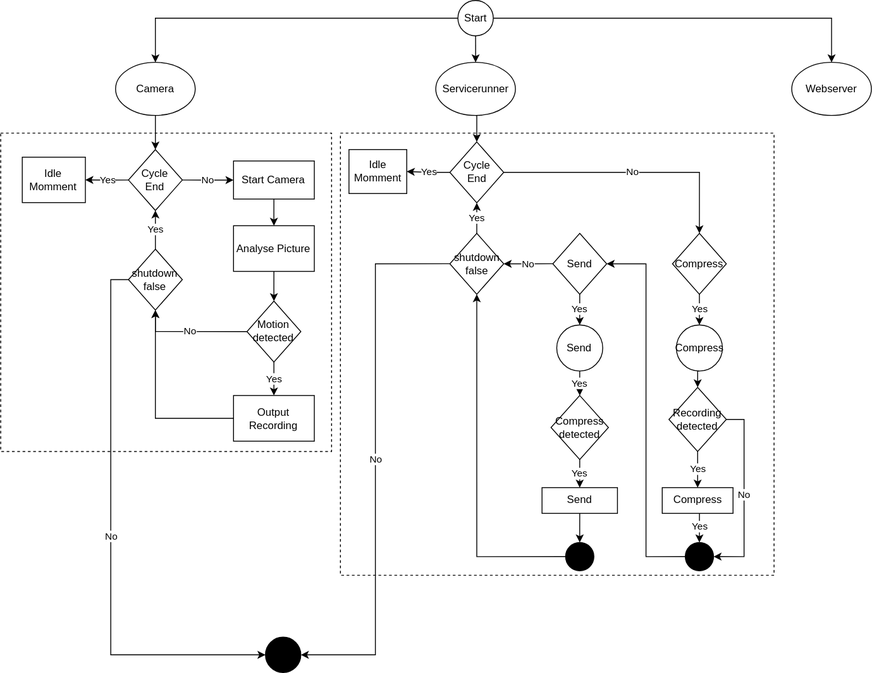
Earlier version of the draw.io export docs/actioncam.drawio.svg (hackffm/actioncam). Source tidied: cells renumbered, new cells last; positions are measured from the earlier drawing's top-left corner, leaving out a move shared by most shapes.
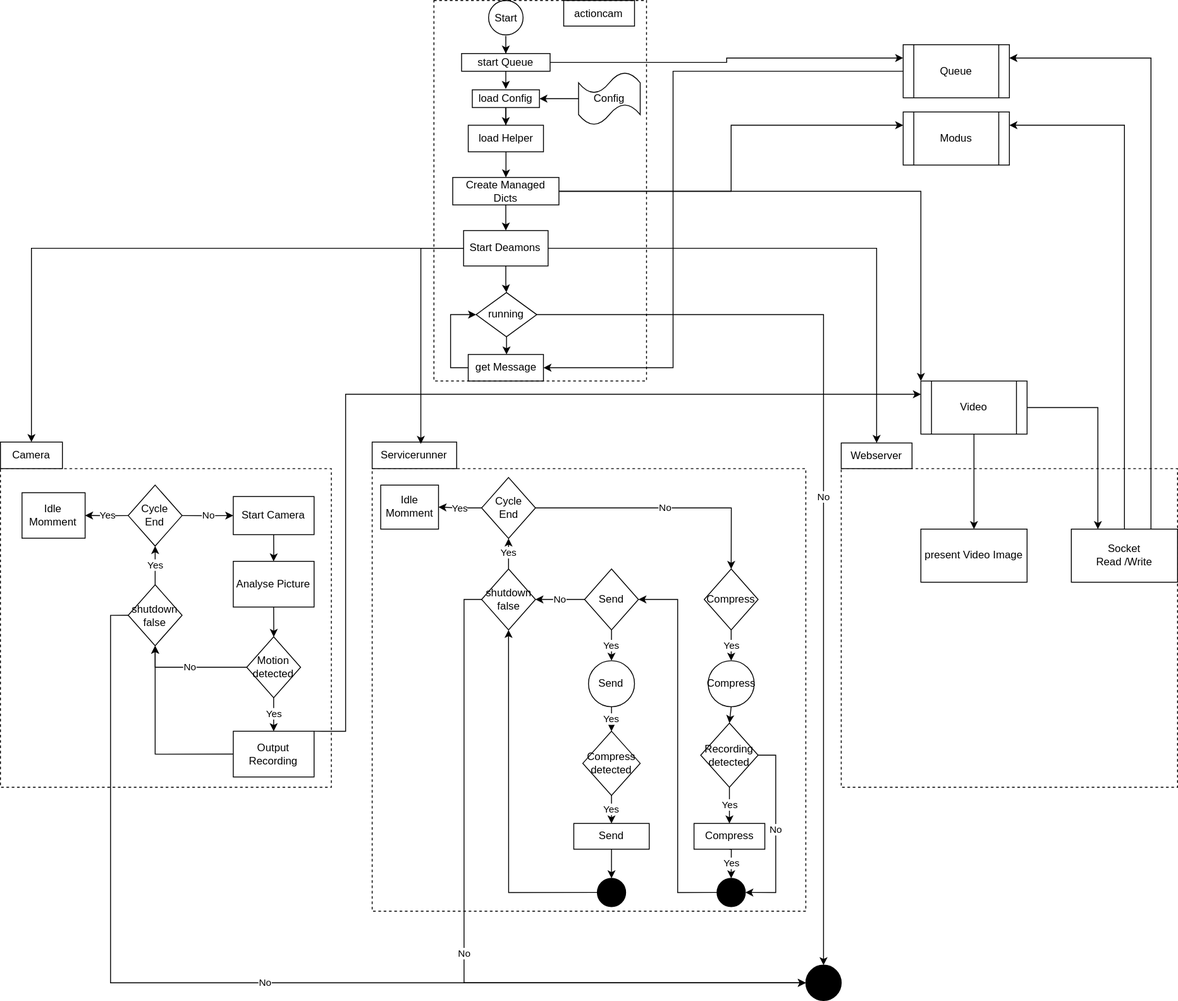
After the change.

Commit message:
better overview

Change to the diagram source:
```diff
@@ -2,44 +2,40 @@
   <root>
     <mxCell id="0" />
     <mxCell id="1" parent="0" />
+    <mxCell id="59" style="rounded=0;whiteSpace=wrap;html=1;fillColor=none;dashed=1;" parent="1" vertex="1">
+      <mxGeometry x="914" y="150" width="380" height="360" as="geometry" />
+    </mxCell>
     <mxCell id="2" style="rounded=0;whiteSpace=wrap;html=1;fillColor=none;dashed=1;" parent="1" vertex="1">
-      <mxGeometry x="0.1" y="150" width="373.9" height="360" as="geometry" />
+      <mxGeometry x="-36" y="150" width="373.9" height="360" as="geometry" />
     </mxCell>
     <mxCell id="3" style="rounded=0;whiteSpace=wrap;html=1;fillColor=none;dashed=1;" parent="1" vertex="1">
       <mxGeometry x="384" y="150" width="490" height="500" as="geometry" />
     </mxCell>
-    <mxCell id="4" style="edgeStyle=orthogonalEdgeStyle;rounded=0;jettySize=auto;html=1;exitX=0;exitY=0.5;exitDx=0;exitDy=0;entryX=0.5;entryY=0;entryDx=0;entryDy=0;" parent="1" edge="1" source="7" target="35">
-      <mxGeometry relative="1" as="geometry" />
-    </mxCell>
-    <mxCell id="5" style="edgeStyle=orthogonalEdgeStyle;rounded=0;jettySize=auto;html=1;exitX=0.5;exitY=1;exitDx=0;exitDy=0;" parent="1" edge="1" source="7" target="37">
-      <mxGeometry relative="1" as="geometry" />
-    </mxCell>
-    <mxCell id="6" style="edgeStyle=orthogonalEdgeStyle;rounded=0;jettySize=auto;html=1;exitX=1;exitY=0.5;exitDx=0;exitDy=0;entryX=0.5;entryY=0;entryDx=0;entryDy=0;" parent="1" edge="1" source="7" target="38">
-      <mxGeometry relative="1" as="geometry" />
-    </mxCell>
-    <mxCell id="7" value="Start" style="ellipse;whiteSpace=wrap;html=1;" parent="1" vertex="1">
-      <mxGeometry x="516.8" width="40" height="40" as="geometry" />
-    </mxCell>
+    <mxCell id="60" style="edgeStyle=orthogonalEdgeStyle;rounded=0;jettySize=auto;html=1;" parent="1" edge="1" target="84">
+      <mxGeometry relative="1" as="geometry">
+        <mxPoint x="535" y="-339" as="sourcePoint" />
+      </mxGeometry>
+    </mxCell>
     <mxCell id="8" value="Start Camera" style="rounded=0;whiteSpace=wrap;html=1;" parent="1" vertex="1">
-      <mxGeometry x="263.2" y="181.5" width="91.3" height="43.1" as="geometry" />
+      <mxGeometry x="227" y="181.5" width="91.3" height="43.1" as="geometry" />
     </mxCell>
     <mxCell id="9" value="No" style="edgeStyle=orthogonalEdgeStyle;rounded=0;jettySize=auto;html=1;exitX=0;exitY=0.5;exitDx=0;exitDy=0;entryX=0.5;entryY=1;entryDx=0;entryDy=0;" parent="1" edge="1" source="10" target="41">
       <mxGeometry relative="1" as="geometry" />
     </mxCell>
     <mxCell id="10" value="Motion detected" style="rhombus;whiteSpace=wrap;html=1;" parent="1" vertex="1">
-      <mxGeometry x="278.4" y="340" width="60.9" height="68.9" as="geometry" />
+      <mxGeometry x="242.3" y="340" width="60.9" height="68.9" as="geometry" />
     </mxCell>
     <mxCell id="11" style="edgeStyle=orthogonalEdgeStyle;rounded=0;jettySize=auto;html=1;exitX=0.5;exitY=1;exitDx=0;exitDy=0;" parent="1" edge="1" source="12" target="10">
       <mxGeometry relative="1" as="geometry" />
     </mxCell>
     <mxCell id="12" value="Analyse Picture" style="rounded=0;whiteSpace=wrap;html=1;" parent="1" vertex="1">
-      <mxGeometry x="263.2" y="254.7" width="91.3" height="51.7" as="geometry" />
+      <mxGeometry x="227" y="254.7" width="91.3" height="51.7" as="geometry" />
     </mxCell>
     <mxCell id="13" style="edgeStyle=orthogonalEdgeStyle;rounded=0;jettySize=auto;html=1;exitX=0.5;exitY=1;exitDx=0;exitDy=0;" parent="1" edge="1" source="8" target="12">
       <mxGeometry relative="1" as="geometry" />
     </mxCell>
     <mxCell id="14" value="Idle Momment" style="rounded=0;whiteSpace=wrap;html=1;" parent="1" vertex="1">
-      <mxGeometry x="24.5" y="177.2" width="71.3" height="51.4" as="geometry" />
+      <mxGeometry x="-11.6" y="177.2" width="71.3" height="51.4" as="geometry" />
     </mxCell>
     <mxCell id="15" value="Yes" style="edgeStyle=orthogonalEdgeStyle;rounded=0;jettySize=auto;html=1;exitX=0;exitY=0.5;exitDx=0;exitDy=0;entryX=1;entryY=0.5;entryDx=0;entryDy=0;" parent="1" edge="1" source="17" target="14">
       <mxGeometry relative="1" as="geometry" />
@@ -48,13 +44,21 @@
       <mxGeometry relative="1" as="geometry" />
     </mxCell>
     <mxCell id="17" value="Cycle&lt;br&gt;End" style="rhombus;whiteSpace=wrap;html=1;" parent="1" vertex="1">
-      <mxGeometry x="144.5" y="168.6" width="60.9" height="68.9" as="geometry" />
+      <mxGeometry x="108.3" y="168.6" width="60.9" height="68.9" as="geometry" />
     </mxCell>
     <mxCell id="18" style="edgeStyle=orthogonalEdgeStyle;rounded=0;jettySize=auto;html=1;exitX=0;exitY=0.5;exitDx=0;exitDy=0;entryX=0.5;entryY=1;entryDx=0;entryDy=0;" parent="1" edge="1" source="19" target="41">
       <mxGeometry relative="1" as="geometry" />
     </mxCell>
+    <mxCell id="61" style="edgeStyle=orthogonalEdgeStyle;rounded=0;jettySize=auto;html=1;exitX=1;exitY=0;exitDx=0;exitDy=0;entryX=0;entryY=0.25;entryDx=0;entryDy=0;" parent="1" edge="1" source="19" target="91">
+      <mxGeometry relative="1" as="geometry">
+        <Array as="points">
+          <mxPoint x="354" y="447" />
+          <mxPoint x="354" y="66" />
+        </Array>
+      </mxGeometry>
+    </mxCell>
     <mxCell id="19" value="Output Recording" style="rounded=0;whiteSpace=wrap;html=1;" parent="1" vertex="1">
-      <mxGeometry x="263.2" y="446.7" width="91.3" height="51.7" as="geometry" />
+      <mxGeometry x="227" y="446.7" width="91.3" height="51.7" as="geometry" />
     </mxCell>
     <mxCell id="20" value="Yes" style="edgeStyle=orthogonalEdgeStyle;rounded=0;jettySize=auto;html=1;exitX=0.5;exitY=1;exitDx=0;exitDy=0;entryX=0.5;entryY=0;entryDx=0;entryDy=0;" parent="1" edge="1" source="10" target="19">
       <mxGeometry relative="1" as="geometry" />
@@ -98,21 +102,6 @@
     <mxCell id="33" value="Send" style="rounded=0;whiteSpace=wrap;html=1;" parent="1" vertex="1">
       <mxGeometry x="611.8" y="550.9" width="85.2" height="29.1" as="geometry" />
     </mxCell>
-    <mxCell id="34" style="edgeStyle=orthogonalEdgeStyle;rounded=0;jettySize=auto;html=1;exitX=0.5;exitY=1;exitDx=0;exitDy=0;entryX=0.5;entryY=0;entryDx=0;entryDy=0;" parent="1" edge="1" source="35" target="17">
-      <mxGeometry relative="1" as="geometry" />
-    </mxCell>
-    <mxCell id="35" value="Camera" style="ellipse;whiteSpace=wrap;html=1;" parent="1" vertex="1">
-      <mxGeometry x="129.9" y="70" width="90" height="60" as="geometry" />
-    </mxCell>
-    <mxCell id="36" style="edgeStyle=orthogonalEdgeStyle;rounded=0;jettySize=auto;html=1;exitX=0.5;exitY=1;exitDx=0;exitDy=0;entryX=0.5;entryY=0;entryDx=0;entryDy=0;" parent="1" edge="1" source="37" target="24">
-      <mxGeometry relative="1" as="geometry" />
-    </mxCell>
-    <mxCell id="37" value="Servicerunner" style="ellipse;whiteSpace=wrap;html=1;" parent="1" vertex="1">
-      <mxGeometry x="491.8" y="70" width="90" height="60" as="geometry" />
-    </mxCell>
-    <mxCell id="38" value="Webserver" style="ellipse;whiteSpace=wrap;html=1;" parent="1" vertex="1">
-      <mxGeometry x="894" y="70" width="90" height="60" as="geometry" />
-    </mxCell>
     <mxCell id="39" value="Yes" style="edgeStyle=orthogonalEdgeStyle;rounded=0;jettySize=auto;html=1;exitX=0.5;exitY=0;exitDx=0;exitDy=0;entryX=0.5;entryY=1;entryDx=0;entryDy=0;" parent="1" edge="1" source="41" target="17">
       <mxGeometry relative="1" as="geometry" />
     </mxCell>
@@ -120,7 +109,7 @@
       <mxGeometry relative="1" as="geometry" />
     </mxCell>
     <mxCell id="41" value="shutdown false" style="rhombus;whiteSpace=wrap;html=1;" parent="1" vertex="1">
-      <mxGeometry x="144.5" y="281.2" width="60.9" height="68.9" as="geometry" />
+      <mxGeometry x="108.3" y="281.2" width="60.9" height="68.9" as="geometry" />
     </mxCell>
     <mxCell id="42" style="edgeStyle=orthogonalEdgeStyle;rounded=0;jettySize=auto;html=1;exitX=0.5;exitY=1;exitDx=0;exitDy=0;entryX=0.5;entryY=0;entryDx=0;entryDy=0;" parent="1" edge="1" source="43" target="27">
       <mxGeometry relative="1" as="geometry" />
@@ -146,14 +135,14 @@
     <mxCell id="49" value="Yes" style="edgeStyle=orthogonalEdgeStyle;rounded=0;jettySize=auto;html=1;exitX=0.5;exitY=0;exitDx=0;exitDy=0;entryX=0.5;entryY=1;entryDx=0;entryDy=0;" parent="1" edge="1" source="51" target="24">
       <mxGeometry relative="1" as="geometry" />
     </mxCell>
-    <mxCell id="50" value="No" style="edgeStyle=orthogonalEdgeStyle;rounded=0;jettySize=auto;html=1;exitX=0;exitY=0.5;exitDx=0;exitDy=0;entryX=1;entryY=0.5;entryDx=0;entryDy=0;" parent="1" edge="1" source="51" target="52">
+    <mxCell id="50" value="No" style="edgeStyle=orthogonalEdgeStyle;rounded=0;jettySize=auto;html=1;exitX=0;exitY=0.5;exitDx=0;exitDy=0;entryX=0;entryY=0.5;entryDx=0;entryDy=0;" parent="1" edge="1" source="51" target="52">
       <mxGeometry relative="1" as="geometry" />
     </mxCell>
     <mxCell id="51" value="shutdown false" style="rhombus;whiteSpace=wrap;html=1;" parent="1" vertex="1">
       <mxGeometry x="507.7" y="263.3" width="60.9" height="68.9" as="geometry" />
     </mxCell>
     <mxCell id="52" style="ellipse;whiteSpace=wrap;html=1;fillColor=#000000;" parent="1" vertex="1">
-      <mxGeometry x="299.3" y="720" width="40" height="40" as="geometry" />
+      <mxGeometry x="874" y="711" width="40" height="40" as="geometry" />
     </mxCell>
     <mxCell id="53" value="Send" style="ellipse;whiteSpace=wrap;html=1;" parent="1" vertex="1">
       <mxGeometry x="628.4" y="367" width="52" height="52" as="geometry" />
@@ -173,5 +162,134 @@
     <mxCell id="58" style="ellipse;whiteSpace=wrap;html=1;fillColor=#000000;" parent="1" vertex="1">
       <mxGeometry x="638.4" y="612.9" width="32" height="32" as="geometry" />
     </mxCell>
+    <mxCell id="35" value="Camera" style="rounded=0;whiteSpace=wrap;html=1;" parent="1" vertex="1">
+      <mxGeometry x="-36" y="120" width="70" height="30" as="geometry" />
+    </mxCell>
+    <mxCell id="37" value="Servicerunner" style="rounded=0;whiteSpace=wrap;html=1;" parent="1" vertex="1">
+      <mxGeometry x="384" y="120" width="95.5" height="30" as="geometry" />
+    </mxCell>
+    <mxCell id="38" value="Webserver" style="rounded=0;whiteSpace=wrap;html=1;" parent="1" vertex="1">
+      <mxGeometry x="914" y="121" width="80" height="29" as="geometry" />
+    </mxCell>
+    <mxCell id="62" style="edgeStyle=orthogonalEdgeStyle;rounded=0;jettySize=auto;html=1;entryX=1;entryY=0.5;entryDx=0;entryDy=0;" parent="1" edge="1" source="63" target="65">
+      <mxGeometry relative="1" as="geometry" />
+    </mxCell>
+    <mxCell id="63" value="Config" style="shape=tape;whiteSpace=wrap;html=1;" parent="1" vertex="1">
+      <mxGeometry x="617.2" y="-298" width="69.7" height="60" as="geometry" />
+    </mxCell>
+    <mxCell id="64" style="edgeStyle=orthogonalEdgeStyle;rounded=0;jettySize=auto;html=1;" parent="1" edge="1" source="65" target="86">
+      <mxGeometry relative="1" as="geometry" />
+    </mxCell>
+    <mxCell id="65" value="load Config" style="rounded=0;whiteSpace=wrap;html=1;" parent="1" vertex="1">
+      <mxGeometry x="497.1" y="-278" width="75.9" height="20" as="geometry" />
+    </mxCell>
+    <mxCell id="66" style="edgeStyle=orthogonalEdgeStyle;rounded=0;jettySize=auto;html=1;entryX=0.5;entryY=0;entryDx=0;entryDy=0;" parent="1" edge="1" source="70" target="35">
+      <mxGeometry relative="1" as="geometry" />
+    </mxCell>
+    <mxCell id="67" style="edgeStyle=orthogonalEdgeStyle;rounded=0;jettySize=auto;html=1;entryX=0.576;entryY=0.067;entryDx=0;entryDy=0;entryPerimeter=0;" parent="1" edge="1" source="70" target="37">
+      <mxGeometry relative="1" as="geometry" />
+    </mxCell>
+    <mxCell id="68" style="edgeStyle=orthogonalEdgeStyle;rounded=0;jettySize=auto;html=1;entryX=0.5;entryY=0;entryDx=0;entryDy=0;" parent="1" edge="1" source="70" target="38">
+      <mxGeometry relative="1" as="geometry" />
+    </mxCell>
+    <mxCell id="69" style="edgeStyle=orthogonalEdgeStyle;rounded=0;jettySize=auto;html=1;entryX=0.5;entryY=0;entryDx=0;entryDy=0;" parent="1" edge="1" source="70" target="73">
+      <mxGeometry relative="1" as="geometry" />
+    </mxCell>
+    <mxCell id="70" value="Start Deamons" style="rounded=0;whiteSpace=wrap;html=1;" parent="1" vertex="1">
+      <mxGeometry x="487.3" y="-119" width="95.5" height="40" as="geometry" />
+    </mxCell>
+    <mxCell id="71" value="No" style="edgeStyle=orthogonalEdgeStyle;rounded=0;jettySize=auto;html=1;entryX=0.5;entryY=0;entryDx=0;entryDy=0;" parent="1" edge="1" source="73" target="52">
+      <mxGeometry relative="1" as="geometry" />
+    </mxCell>
+    <mxCell id="72" style="edgeStyle=orthogonalEdgeStyle;rounded=0;jettySize=auto;html=1;" parent="1" edge="1" source="73" target="76">
+      <mxGeometry relative="1" as="geometry" />
+    </mxCell>
+    <mxCell id="73" value="running" style="rhombus;whiteSpace=wrap;html=1;" parent="1" vertex="1">
+      <mxGeometry x="501.4" y="-49" width="68.6" height="50" as="geometry" />
+    </mxCell>
+    <mxCell id="74" value="actioncam" style="rounded=0;whiteSpace=wrap;html=1;" parent="1" vertex="1">
+      <mxGeometry x="600.4" y="-379" width="80" height="29" as="geometry" />
+    </mxCell>
+    <mxCell id="75" style="edgeStyle=orthogonalEdgeStyle;rounded=0;jettySize=auto;html=1;entryX=0;entryY=0.5;entryDx=0;entryDy=0;exitX=0;exitY=0.5;exitDx=0;exitDy=0;" parent="1" edge="1" source="76" target="73">
+      <mxGeometry relative="1" as="geometry" />
+    </mxCell>
+    <mxCell id="76" value="get Message" style="rounded=0;whiteSpace=wrap;html=1;" parent="1" vertex="1">
+      <mxGeometry x="492.5" y="21" width="85" height="30" as="geometry" />
+    </mxCell>
+    <mxCell id="77" style="edgeStyle=orthogonalEdgeStyle;rounded=0;jettySize=auto;html=1;entryX=1;entryY=0.25;entryDx=0;entryDy=0;exitX=0.75;exitY=0;exitDx=0;exitDy=0;" parent="1" edge="1" source="79" target="81">
+      <mxGeometry relative="1" as="geometry" />
+    </mxCell>
+    <mxCell id="78" style="edgeStyle=orthogonalEdgeStyle;rounded=0;jettySize=auto;html=1;entryX=1;entryY=0.25;entryDx=0;entryDy=0;" parent="1" edge="1" source="79" target="88">
+      <mxGeometry relative="1" as="geometry">
+        <Array as="points">
+          <mxPoint x="1234" y="-238" />
+        </Array>
+      </mxGeometry>
+    </mxCell>
+    <mxCell id="79" value="Socket&lt;br&gt;Read /Write" style="rounded=0;whiteSpace=wrap;html=1;" parent="1" vertex="1">
+      <mxGeometry x="1174" y="218.3" width="120" height="60" as="geometry" />
+    </mxCell>
+    <mxCell id="80" style="edgeStyle=orthogonalEdgeStyle;rounded=0;jettySize=auto;html=1;entryX=1;entryY=0.5;entryDx=0;entryDy=0;exitX=0;exitY=0.5;exitDx=0;exitDy=0;" parent="1" edge="1" source="81" target="76">
+      <mxGeometry relative="1" as="geometry">
+        <Array as="points">
+          <mxPoint x="724" y="-299" />
+          <mxPoint x="724" y="36" />
+        </Array>
+      </mxGeometry>
+    </mxCell>
+    <mxCell id="81" value="Queue" style="shape=process;whiteSpace=wrap;html=1;backgroundOutline=1;" parent="1" vertex="1">
+      <mxGeometry x="984" y="-329" width="120" height="60" as="geometry" />
+    </mxCell>
+    <mxCell id="82" style="edgeStyle=orthogonalEdgeStyle;rounded=0;jettySize=auto;html=1;entryX=0.5;entryY=0;entryDx=0;entryDy=0;" parent="1" edge="1" source="84" target="65">
+      <mxGeometry relative="1" as="geometry" />
+    </mxCell>
+    <mxCell id="83" style="edgeStyle=orthogonalEdgeStyle;rounded=0;jettySize=auto;html=1;entryX=0;entryY=0.25;entryDx=0;entryDy=0;" parent="1" edge="1" source="84" target="81">
+      <mxGeometry relative="1" as="geometry" />
+    </mxCell>
+    <mxCell id="84" value="start Queue" style="rounded=0;whiteSpace=wrap;html=1;" parent="1" vertex="1">
+      <mxGeometry x="485" y="-319" width="100" height="20" as="geometry" />
+    </mxCell>
+    <mxCell id="85" style="edgeStyle=orthogonalEdgeStyle;rounded=0;jettySize=auto;html=1;entryX=0.5;entryY=0;entryDx=0;entryDy=0;" parent="1" edge="1" source="86" target="95">
+      <mxGeometry relative="1" as="geometry" />
+    </mxCell>
+    <mxCell id="86" value="load Helper" style="rounded=0;whiteSpace=wrap;html=1;" parent="1" vertex="1">
+      <mxGeometry x="492.6" y="-238" width="85" height="30" as="geometry" />
+    </mxCell>
+    <mxCell id="87" style="edgeStyle=orthogonalEdgeStyle;rounded=0;jettySize=auto;html=1;endArrow=none;" parent="1" edge="1" source="65" target="86">
+      <mxGeometry relative="1" as="geometry" />
+    </mxCell>
+    <mxCell id="7" value="Start" style="ellipse;whiteSpace=wrap;html=1;" parent="1" vertex="1">
+      <mxGeometry x="515.5" y="-379" width="39" height="39" as="geometry" />
+    </mxCell>
+    <mxCell id="88" value="Modus" style="shape=process;whiteSpace=wrap;html=1;backgroundOutline=1;" parent="1" vertex="1">
+      <mxGeometry x="984" y="-253" width="120" height="60" as="geometry" />
+    </mxCell>
+    <mxCell id="89" style="edgeStyle=orthogonalEdgeStyle;rounded=0;jettySize=auto;html=1;" parent="1" edge="1" source="91" target="96">
+      <mxGeometry relative="1" as="geometry" />
+    </mxCell>
+    <mxCell id="90" style="edgeStyle=orthogonalEdgeStyle;rounded=0;jettySize=auto;html=1;entryX=0.25;entryY=0;entryDx=0;entryDy=0;" parent="1" edge="1" source="91" target="79">
+      <mxGeometry relative="1" as="geometry" />
+    </mxCell>
+    <mxCell id="91" value="Video" style="shape=process;whiteSpace=wrap;html=1;backgroundOutline=1;" parent="1" vertex="1">
+      <mxGeometry x="1004" y="51" width="120" height="60" as="geometry" />
+    </mxCell>
+    <mxCell id="92" style="edgeStyle=orthogonalEdgeStyle;rounded=0;jettySize=auto;html=1;entryX=0;entryY=0.25;entryDx=0;entryDy=0;" parent="1" edge="1" source="95" target="88">
+      <mxGeometry relative="1" as="geometry" />
+    </mxCell>
+    <mxCell id="93" style="edgeStyle=orthogonalEdgeStyle;rounded=0;jettySize=auto;html=1;entryX=0;entryY=0;entryDx=0;entryDy=0;" parent="1" edge="1" source="95" target="91">
+      <mxGeometry relative="1" as="geometry" />
+    </mxCell>
+    <mxCell id="94" style="edgeStyle=orthogonalEdgeStyle;rounded=0;jettySize=auto;html=1;entryX=0.5;entryY=0;entryDx=0;entryDy=0;" parent="1" edge="1" source="95" target="70">
+      <mxGeometry relative="1" as="geometry" />
+    </mxCell>
+    <mxCell id="95" value="Create Managed Dicts" style="rounded=0;whiteSpace=wrap;html=1;" parent="1" vertex="1">
+      <mxGeometry x="475" y="-179" width="120" height="31" as="geometry" />
+    </mxCell>
+    <mxCell id="96" value="present Video Image" style="rounded=0;whiteSpace=wrap;html=1;" parent="1" vertex="1">
+      <mxGeometry x="1004" y="218.3" width="120" height="60" as="geometry" />
+    </mxCell>
+    <mxCell id="97" style="rounded=0;whiteSpace=wrap;html=1;fillColor=none;dashed=1;" parent="1" vertex="1">
+      <mxGeometry x="453.8" y="-379" width="240.2" height="430" as="geometry" />
+    </mxCell>
   </root>
 </mxGraphModel>
```
